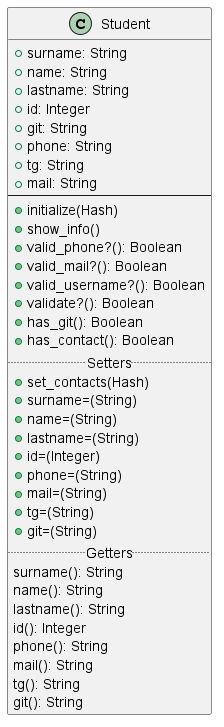
Before: Lab2/Diagrams/Student.png, a diagram exported from PlantUML (archipunkrockboy/Programming-patterns).
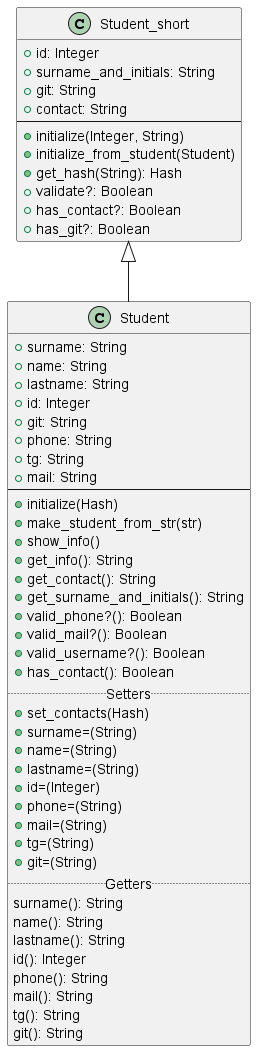
The same file after the commit.

Commit message:
диаграмму забыл закинуть

Change to the diagram source:
```diff
@@ -1,5 +1,20 @@
 @startuml
-    Class Student
+    Class Student_short
+    {
+    +id: Integer
+    +surname_and_initials: String
+    +git: String
+    +contact: String
+    --
+    +initialize(Integer, String)
+    +initialize_from_student(Student)
+    +get_hash(String): Hash
+    +validate?: Boolean
+    +has_contact?: Boolean
+    +has_git?: Boolean
+    }
+
+    Class Student extends Student_short
     {
     +surname: String
     +name: String
@@ -11,12 +26,14 @@
     +mail: String
     --
     +initialize(Hash)
+    +make_student_from_str(str)
     +show_info()
+    +get_info(): String
+    +get_contact(): String
+    +get_surname_and_initials(): String
     +valid_phone?(): Boolean
     +valid_mail?(): Boolean
     +valid_username?(): Boolean
-    +validate?(): Boolean
-    +has_git(): Boolean
     +has_contact(): Boolean
     .. Setters ..
     +set_contacts(Hash)
```
